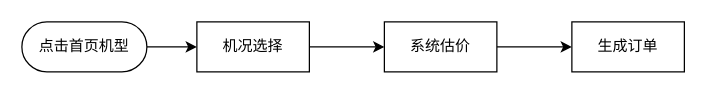
Before: src/main/resources/initialization/流程图/回收模块.drawio in a1398394385/oyr, a draw.io diagram. Source tidied: cells renumbered, new cells numbered last; positions are measured from the earlier drawing's top-left corner, leaving out a move shared by most shapes. Both pictures are drawn from the tidied source at 125%, with x=0, y=0 at pixel (21, 21).
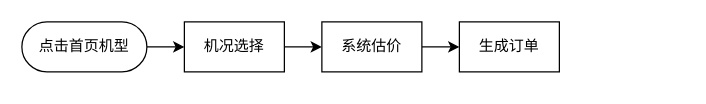
After the change.

The edit, as a diff of the source:
```diff
@@
 <mxGraphModel>
   <root>
     <mxCell id="0" />
     <mxCell id="1" parent="0" />
     <mxCell id="2" style="edgeStyle=orthogonalEdgeStyle;rounded=0;jettySize=auto;html=1;exitX=1;exitY=0.5;exitDx=0;exitDy=0;" parent="1" edge="1" source="3" target="5">
       <mxGeometry relative="1" as="geometry" />
     </mxCell>
     <mxCell id="3" value="点击首页机型" style="rounded=1;whiteSpace=wrap;html=1;arcSize=50;" parent="1" vertex="1">
       <mxGeometry width="100" height="40" as="geometry" />
     </mxCell>
     <mxCell id="4" style="edgeStyle=orthogonalEdgeStyle;rounded=0;jettySize=auto;html=1;exitX=1;exitY=0.5;exitDx=0;exitDy=0;entryX=0;entryY=0.5;entryDx=0;entryDy=0;" parent="1" edge="1" source="5" target="7">
       <mxGeometry relative="1" as="geometry" />
     </mxCell>
     <mxCell id="5" value="机况选择" style="rounded=0;whiteSpace=wrap;html=1;" parent="1" vertex="1">
-      <mxGeometry x="140" width="90" height="40" as="geometry" />
+      <mxGeometry x="130" width="80" height="40" as="geometry" />
     </mxCell>
-    <mxCell id="6" style="edgeStyle=orthogonalEdgeStyle;rounded=0;jettySize=auto;html=1;exitX=1;exitY=0.5;exitDx=0;exitDy=0;" parent="1" edge="1" source="7" target="9">
+    <mxCell id="6" style="edgeStyle=orthogonalEdgeStyle;rounded=0;jettySize=auto;html=1;exitX=1;exitY=0.5;exitDx=0;exitDy=0;entryX=0;entryY=0.5;entryDx=0;entryDy=0;" parent="1" edge="1" source="7" target="9">
       <mxGeometry relative="1" as="geometry" />
     </mxCell>
     <mxCell id="7" value="系统估价" style="rounded=0;whiteSpace=wrap;html=1;" parent="1" vertex="1">
-      <mxGeometry x="290" width="90" height="40" as="geometry" />
+      <mxGeometry x="240" width="80" height="40" as="geometry" />
     </mxCell>
-    <mxCell id="8" style="edgeStyle=orthogonalEdgeStyle;rounded=0;orthogonalLoop=1;jettySize=auto;html=1;exitX=0.5;exitY=1;exitDx=0;exitDy=0;" parent="1" edge="1" source="7" target="7">
-      <mxGeometry relative="1" as="geometry" />
-    </mxCell>
     <mxCell id="9" value="生成订单" style="rounded=0;whiteSpace=wrap;html=1;" parent="1" vertex="1">
-      <mxGeometry x="440" width="90" height="40" as="geometry" />
+      <mxGeometry x="350" width="80" height="40" as="geometry" />
     </mxCell>
   </root>
 </mxGraphModel>
```
